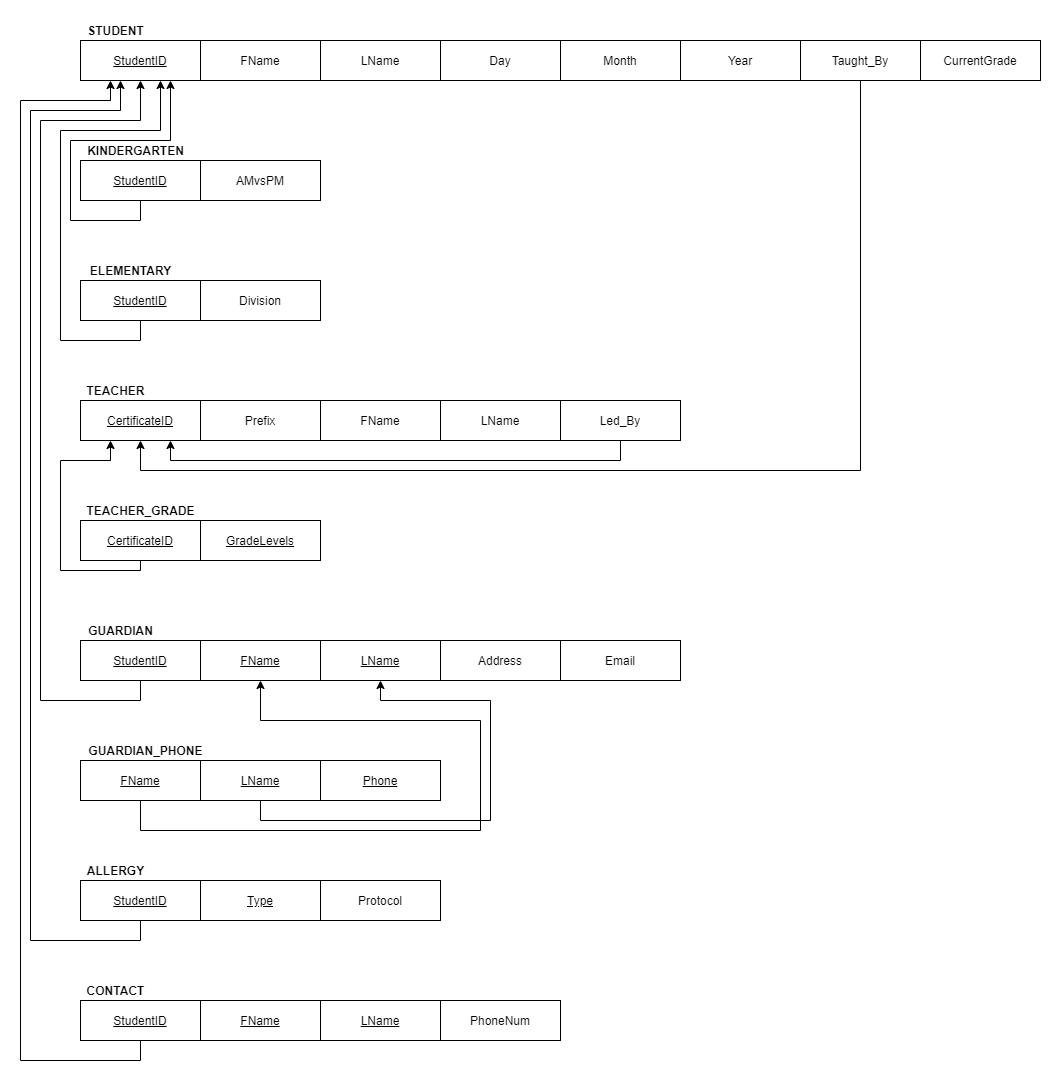
The draw.io diagram Diagram_Q1.png in meng-ucalgary/ensf-608-assignment-2, before a commit. Source tidied: cells renumbered, new cells last; positions are measured from the earlier drawing's top-left corner, leaving out a move shared by most shapes.
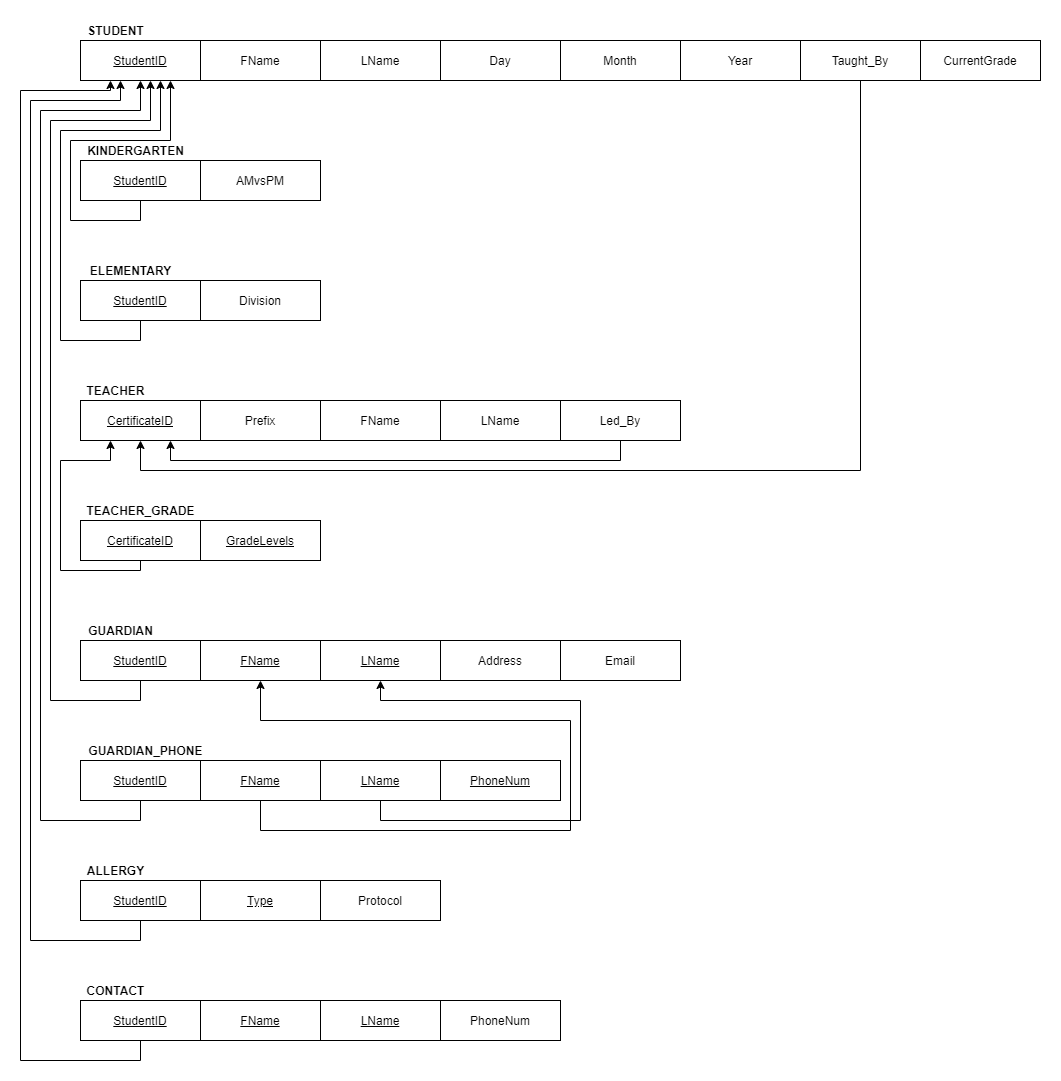
The same diagram one commit later.

Commit message:
correcting the diagram

Change to the diagram source:
```diff
@@ -17,9 +17,9 @@
     <mxCell id="6" style="edgeStyle=orthogonalEdgeStyle;rounded=0;jettySize=auto;html=1;exitX=0.5;exitY=1;exitDx=0;exitDy=0;entryX=0.5;entryY=1;entryDx=0;entryDy=0;" parent="1" edge="1" source="48" target="42">
       <mxGeometry relative="1" as="geometry">
         <Array as="points">
-          <mxPoint x="140" y="830" />
-          <mxPoint x="480" y="830" />
-          <mxPoint x="480" y="720" />
+          <mxPoint x="260" y="830" />
+          <mxPoint x="570" y="830" />
+          <mxPoint x="570" y="720" />
           <mxPoint x="260" y="720" />
         </Array>
       </mxGeometry>
@@ -27,9 +27,9 @@
     <mxCell id="7" style="edgeStyle=orthogonalEdgeStyle;rounded=0;jettySize=auto;html=1;exitX=0.5;exitY=1;exitDx=0;exitDy=0;entryX=0.5;entryY=1;entryDx=0;entryDy=0;" parent="1" edge="1" source="49" target="43">
       <mxGeometry relative="1" as="geometry">
         <Array as="points">
-          <mxPoint x="260" y="820" />
-          <mxPoint x="490" y="820" />
-          <mxPoint x="490" y="700" />
+          <mxPoint x="380" y="820" />
+          <mxPoint x="580" y="820" />
+          <mxPoint x="580" y="700" />
           <mxPoint x="380" y="700" />
         </Array>
       </mxGeometry>
@@ -170,18 +170,6 @@
     <mxCell id="46" value="StudentID" style="rounded=0;whiteSpace=wrap;html=1;fontStyle=4;" parent="41" vertex="1">
       <mxGeometry width="120" height="40" as="geometry" />
     </mxCell>
-    <mxCell id="47" style="group;" parent="1" vertex="1">
-      <mxGeometry x="80" y="760" width="360" height="40" as="geometry" />
-    </mxCell>
-    <mxCell id="48" value="FName" style="rounded=0;whiteSpace=wrap;html=1;fontStyle=4;" parent="47" vertex="1">
-      <mxGeometry width="120" height="40" as="geometry" />
-    </mxCell>
-    <mxCell id="49" value="LName" style="rounded=0;whiteSpace=wrap;html=1;fontStyle=4;" parent="47" vertex="1">
-      <mxGeometry x="120" width="120" height="40" as="geometry" />
-    </mxCell>
-    <mxCell id="50" value="Phone" style="rounded=0;whiteSpace=wrap;html=1;fontStyle=4;" parent="47" vertex="1">
-      <mxGeometry x="240" width="120" height="40" as="geometry" />
-    </mxCell>
     <mxCell id="51" style="group;" parent="1" vertex="1">
       <mxGeometry x="80" y="880" width="360" height="40" as="geometry" />
     </mxCell>
@@ -236,8 +224,8 @@
         <Array as="points">
           <mxPoint x="140" y="940" />
           <mxPoint x="30" y="940" />
-          <mxPoint x="30" y="110" />
-          <mxPoint x="120" y="110" />
+          <mxPoint x="30" y="100" />
+          <mxPoint x="120" y="100" />
         </Array>
       </mxGeometry>
     </mxCell>
@@ -246,20 +234,55 @@
         <Array as="points">
           <mxPoint x="140" y="1060" />
           <mxPoint x="20" y="1060" />
-          <mxPoint x="20" y="100" />
-          <mxPoint x="110" y="100" />
+          <mxPoint x="20" y="90" />
+          <mxPoint x="110" y="90" />
         </Array>
       </mxGeometry>
     </mxCell>
-    <mxCell id="64" style="edgeStyle=orthogonalEdgeStyle;rounded=0;jettySize=auto;html=1;exitX=0.5;exitY=1;exitDx=0;exitDy=0;entryX=0.5;entryY=1;entryDx=0;entryDy=0;" parent="1" edge="1" source="46" target="17">
+    <mxCell id="64" style="edgeStyle=orthogonalEdgeStyle;rounded=0;jettySize=auto;html=1;exitX=0.5;exitY=1;exitDx=0;exitDy=0;" parent="1" edge="1" source="46">
       <mxGeometry relative="1" as="geometry">
+        <mxPoint x="150" y="80" as="targetPoint" />
         <Array as="points">
           <mxPoint x="140" y="700" />
-          <mxPoint x="40" y="700" />
-          <mxPoint x="40" y="120" />
-          <mxPoint x="140" y="120" />
+          <mxPoint x="50" y="700" />
+          <mxPoint x="50" y="120" />
+          <mxPoint x="150" y="120" />
         </Array>
       </mxGeometry>
     </mxCell>
+    <mxCell id="65" value="FName" style="rounded=0;whiteSpace=wrap;html=1;fontStyle=4;" parent="1" vertex="1">
+      <mxGeometry x="80" y="760" width="120" height="40" as="geometry" />
+    </mxCell>
+    <mxCell id="48" value="FName" style="rounded=0;whiteSpace=wrap;html=1;fontStyle=4;" parent="1" vertex="1">
+      <mxGeometry x="200" y="760" width="120" height="40" as="geometry" />
+    </mxCell>
+    <mxCell id="49" value="LName" style="rounded=0;whiteSpace=wrap;html=1;fontStyle=4;" parent="1" vertex="1">
+      <mxGeometry x="320" y="760" width="120" height="40" as="geometry" />
+    </mxCell>
+    <mxCell id="66" style="group;" parent="1" vertex="1">
+      <mxGeometry x="80" y="760" width="480" height="40" as="geometry" />
+    </mxCell>
+    <mxCell id="50" value="PhoneNum" style="rounded=0;whiteSpace=wrap;html=1;fontStyle=4;" parent="66" vertex="1">
+      <mxGeometry x="360" width="120" height="40" as="geometry" />
+    </mxCell>
+    <mxCell id="67" value="StudentID" style="rounded=0;whiteSpace=wrap;html=1;fontStyle=4;" parent="66" vertex="1">
+      <mxGeometry width="120" height="40" as="geometry" />
+    </mxCell>
+    <mxCell id="68" value="FName" style="rounded=0;whiteSpace=wrap;html=1;fontStyle=4;" parent="66" vertex="1">
+      <mxGeometry x="120" width="120" height="40" as="geometry" />
+    </mxCell>
+    <mxCell id="69" value="LName" style="rounded=0;whiteSpace=wrap;html=1;fontStyle=4;" parent="66" vertex="1">
+      <mxGeometry x="240" width="120" height="40" as="geometry" />
+    </mxCell>
+    <mxCell id="70" style="edgeStyle=orthogonalEdgeStyle;rounded=0;jettySize=auto;html=1;entryX=0.5;entryY=1;entryDx=0;entryDy=0;" parent="1" edge="1" source="67" target="17">
+      <mxGeometry relative="1" as="geometry">
+        <Array as="points">
+          <mxPoint x="140" y="820" />
+          <mxPoint x="40" y="820" />
+          <mxPoint x="40" y="110" />
+          <mxPoint x="140" y="110" />
+        </Array>
+      </mxGeometry>
+    </mxCell>
   </root>
 </mxGraphModel>
```
